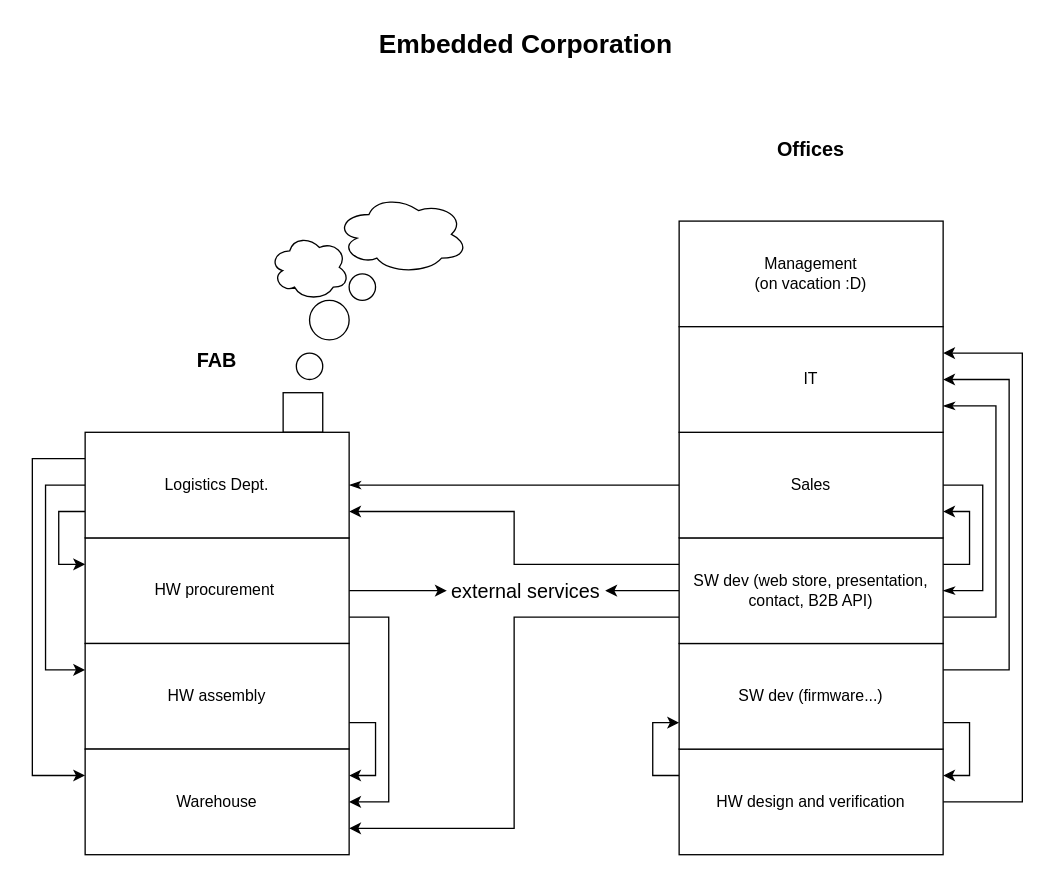
One-E2-Team/NII keeps this draw.io diagram as orga.drawio. Above is the earlier version. Source tidied: cells renumbered, new cells numbered last; positions are measured from the earlier drawing's top-left corner, leaving out a move shared by most shapes. Both pictures are drawn from the tidied source at 132%, with x=0, y=0 at pixel (32, 22).
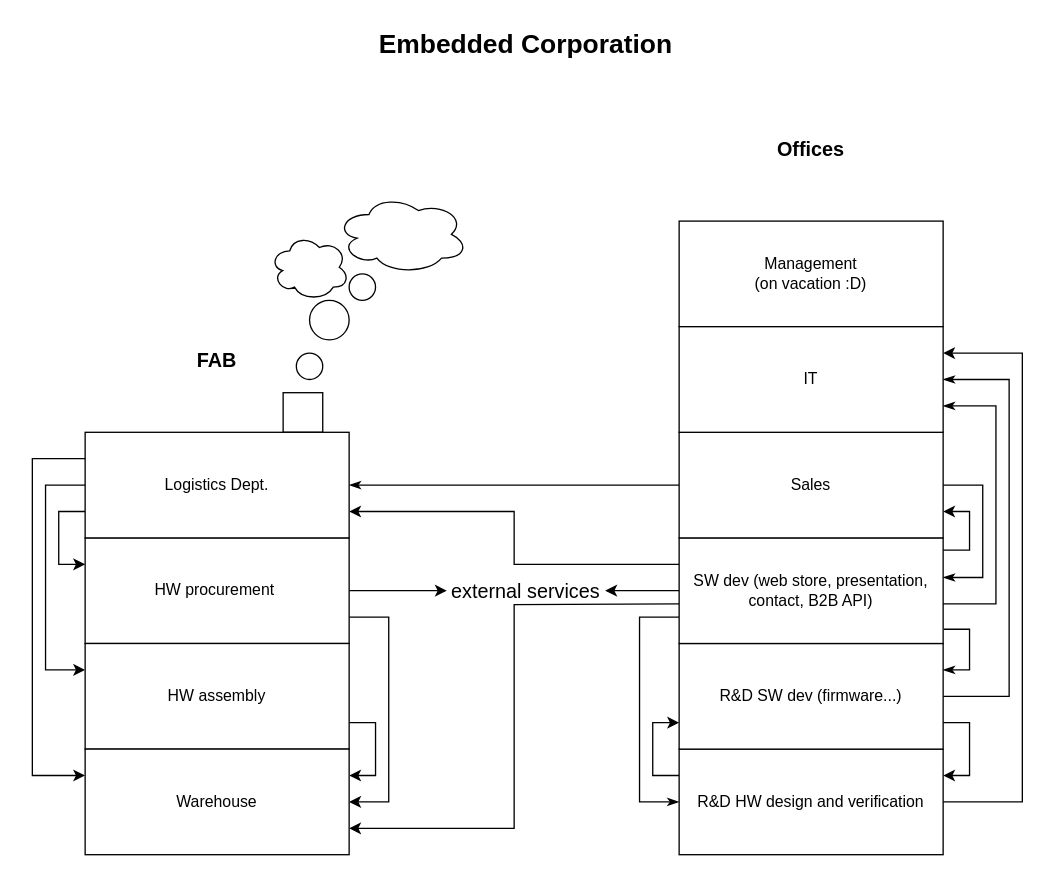
The same page after the edit.

Unchanged cells that the change refers to:
```xml
<mxCell id="18" value="SW dev (web store, presentation, contact,&amp;nbsp;B2B API)" style="rounded=0;whiteSpace=wrap;html=1;" parent="1" vertex="1">
  <mxGeometry x="490" y="390" width="200" height="80" as="geometry" />
</mxCell>
<mxCell id="21" value="Sales" style="rounded=0;whiteSpace=wrap;html=1;" parent="1" vertex="1">
  <mxGeometry x="490" y="310" width="200" height="80" as="geometry" />
</mxCell>
<mxCell id="25" value="IT" style="rounded=0;whiteSpace=wrap;html=1;" parent="1" vertex="1">
  <mxGeometry x="490" y="230" width="200" height="80" as="geometry" />
</mxCell>
<mxCell id="32" value="Warehouse" style="rounded=0;whiteSpace=wrap;html=1;" parent="1" vertex="1">
  <mxGeometry x="40" y="550" width="200" height="80" as="geometry" />
</mxCell>
```

What changed in the source:
```diff
@@
-    <mxCell id="9" value="HW design and verification" style="rounded=0;whiteSpace=wrap;html=1;" parent="1" vertex="1">
+    <mxCell id="9" value="R&amp;amp;D&amp;nbsp;HW design and verification" style="rounded=0;whiteSpace=wrap;html=1;" parent="1" vertex="1">
       <mxGeometry x="490" y="550" width="200" height="80" as="geometry" />
     </mxCell>
@@
-    <mxCell id="11" style="edgeStyle=orthogonalEdgeStyle;rounded=0;jettySize=auto;html=1;exitX=1;exitY=0.25;exitDx=0;exitDy=0;entryX=1;entryY=0.5;entryDx=0;entryDy=0;fontSize=15;strokeColor=default;" parent="1" edge="1" source="12" target="25">
+    <mxCell id="11" style="edgeStyle=orthogonalEdgeStyle;rounded=0;jettySize=auto;html=1;exitX=1;exitY=0.5;exitDx=0;exitDy=0;entryX=1;entryY=0.5;entryDx=0;entryDy=0;fontSize=20;endArrow=classicThin;endFill=1;strokeColor=default;" parent="1" edge="1" source="12" target="25">
       <mxGeometry relative="1" as="geometry">
         <Array as="points">
-          <mxPoint x="740" y="490" />
+          <mxPoint x="740" y="510" />
           <mxPoint x="740" y="270" />
         </Array>
       </mxGeometry>
     </mxCell>
-    <mxCell id="12" value="SW dev (firmware...)" style="rounded=0;whiteSpace=wrap;html=1;" parent="1" vertex="1">
+    <mxCell id="12" value="R&amp;amp;D SW dev (firmware...)" style="rounded=0;whiteSpace=wrap;html=1;" parent="1" vertex="1">
       <mxGeometry x="490" y="470" width="200" height="80" as="geometry" />
     </mxCell>
-    <mxCell id="13" style="edgeStyle=orthogonalEdgeStyle;rounded=0;jettySize=auto;html=1;exitX=0;exitY=0.75;exitDx=0;exitDy=0;entryX=1;entryY=0.75;entryDx=0;entryDy=0;fontSize=15;strokeColor=default;" parent="1" edge="1" source="18" target="32">
-      <mxGeometry relative="1" as="geometry" />
+    <mxCell id="13" style="edgeStyle=orthogonalEdgeStyle;rounded=0;jettySize=auto;html=1;entryX=1;entryY=0.75;entryDx=0;entryDy=0;fontSize=15;strokeColor=default;" parent="1" edge="1" target="32">
+      <mxGeometry relative="1" as="geometry">
+        <mxPoint x="490" y="440" as="sourcePoint" />
+      </mxGeometry>
     </mxCell>
@@
-    <mxCell id="15" style="edgeStyle=orthogonalEdgeStyle;rounded=0;jettySize=auto;html=1;exitX=1;exitY=0.25;exitDx=0;exitDy=0;entryX=1;entryY=0.75;entryDx=0;entryDy=0;fontSize=15;strokeColor=default;" parent="1" edge="1" source="18" target="21">
+    <mxCell id="15" style="edgeStyle=orthogonalEdgeStyle;rounded=0;jettySize=auto;html=1;exitX=0.998;exitY=0.115;exitDx=0;exitDy=0;entryX=1;entryY=0.75;entryDx=0;entryDy=0;fontSize=15;strokeColor=default;exitPerimeter=0;" parent="1" edge="1" source="18" target="21">
       <mxGeometry relative="1" as="geometry">
         <Array as="points">
-          <mxPoint x="710" y="410" />
+          <mxPoint x="710" y="399" />
           <mxPoint x="710" y="370" />
         </Array>
       </mxGeometry>
     </mxCell>
@@
-    <mxCell id="17" style="edgeStyle=orthogonalEdgeStyle;rounded=0;jettySize=auto;html=1;exitX=1;exitY=0.75;exitDx=0;exitDy=0;entryX=1;entryY=0.75;entryDx=0;entryDy=0;fontSize=15;endArrow=classicThin;endFill=1;strokeColor=default;" parent="1" edge="1" source="18" target="25">
+    <mxCell id="17" style="edgeStyle=orthogonalEdgeStyle;rounded=0;jettySize=auto;html=1;exitX=0.998;exitY=0.646;exitDx=0;exitDy=0;entryX=1;entryY=0.75;entryDx=0;entryDy=0;fontSize=15;endArrow=classicThin;endFill=1;strokeColor=default;exitPerimeter=0;" parent="1" edge="1" source="18" target="25">
       <mxGeometry relative="1" as="geometry">
         <Array as="points">
-          <mxPoint x="730" y="450" />
+          <mxPoint x="690" y="440" />
+          <mxPoint x="730" y="440" />
           <mxPoint x="730" y="290" />
         </Array>
       </mxGeometry>
     </mxCell>
+    <mxCell id="39" style="edgeStyle=orthogonalEdgeStyle;rounded=0;jettySize=auto;html=1;exitX=1.003;exitY=0.865;exitDx=0;exitDy=0;entryX=1;entryY=0.25;entryDx=0;entryDy=0;fontSize=20;endArrow=classicThin;endFill=1;strokeColor=default;exitPerimeter=0;" parent="1" edge="1" source="18" target="12">
+      <mxGeometry relative="1" as="geometry">
+        <Array as="points">
+          <mxPoint x="710" y="459" />
+          <mxPoint x="710" y="490" />
+        </Array>
+      </mxGeometry>
+    </mxCell>
+    <mxCell id="40" style="edgeStyle=orthogonalEdgeStyle;rounded=0;jettySize=auto;html=1;exitX=0;exitY=0.75;exitDx=0;exitDy=0;entryX=0;entryY=0.5;entryDx=0;entryDy=0;fontSize=20;endArrow=classicThin;endFill=1;strokeColor=default;" parent="1" edge="1" source="18" target="9">
+      <mxGeometry relative="1" as="geometry">
+        <Array as="points">
+          <mxPoint x="460" y="450" />
+          <mxPoint x="460" y="590" />
+        </Array>
+      </mxGeometry>
+    </mxCell>
@@
-    <mxCell id="19" style="edgeStyle=orthogonalEdgeStyle;rounded=0;jettySize=auto;html=1;exitX=1;exitY=0.5;exitDx=0;exitDy=0;entryX=1;entryY=0.5;entryDx=0;entryDy=0;fontSize=15;endArrow=classicThin;endFill=1;strokeColor=default;" parent="1" edge="1" source="21" target="18">
+    <mxCell id="19" style="edgeStyle=orthogonalEdgeStyle;rounded=0;jettySize=auto;html=1;exitX=1;exitY=0.5;exitDx=0;exitDy=0;fontSize=15;endArrow=classicThin;endFill=1;strokeColor=default;" parent="1" edge="1" source="21">
       <mxGeometry relative="1" as="geometry">
+        <mxPoint x="690" y="420" as="targetPoint" />
         <Array as="points">
           <mxPoint x="720" y="350" />
-          <mxPoint x="720" y="430" />
+          <mxPoint x="720" y="420" />
+          <mxPoint x="690" y="420" />
         </Array>
       </mxGeometry>
     </mxCell>
```
